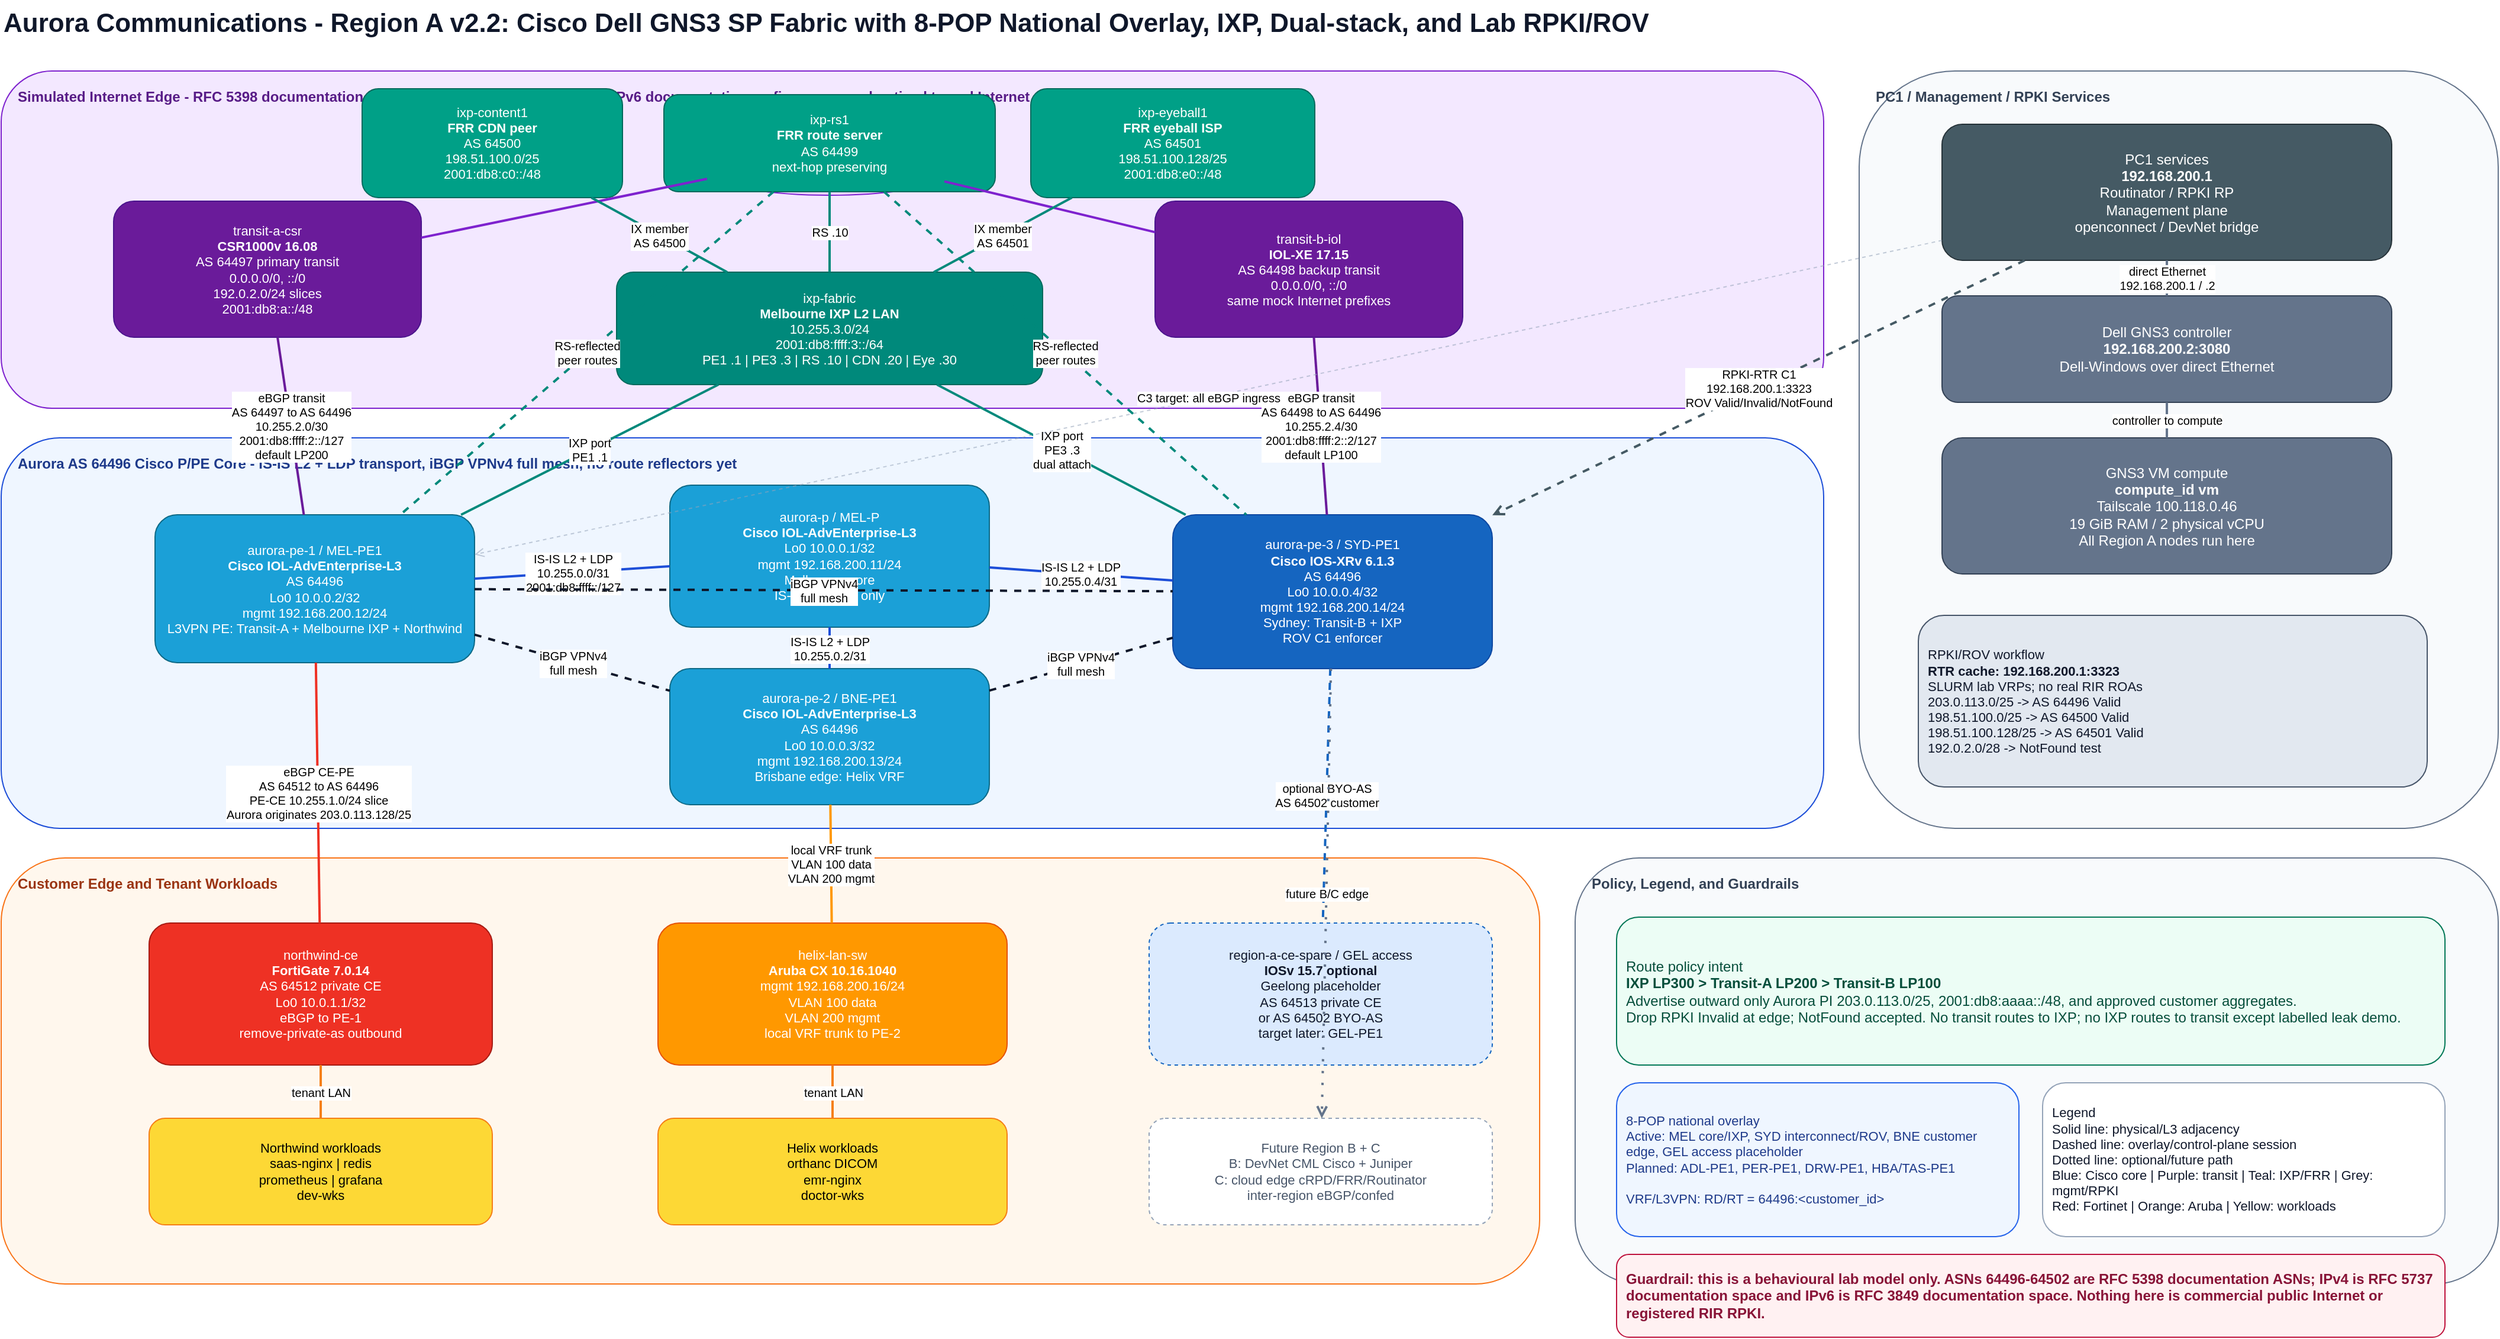
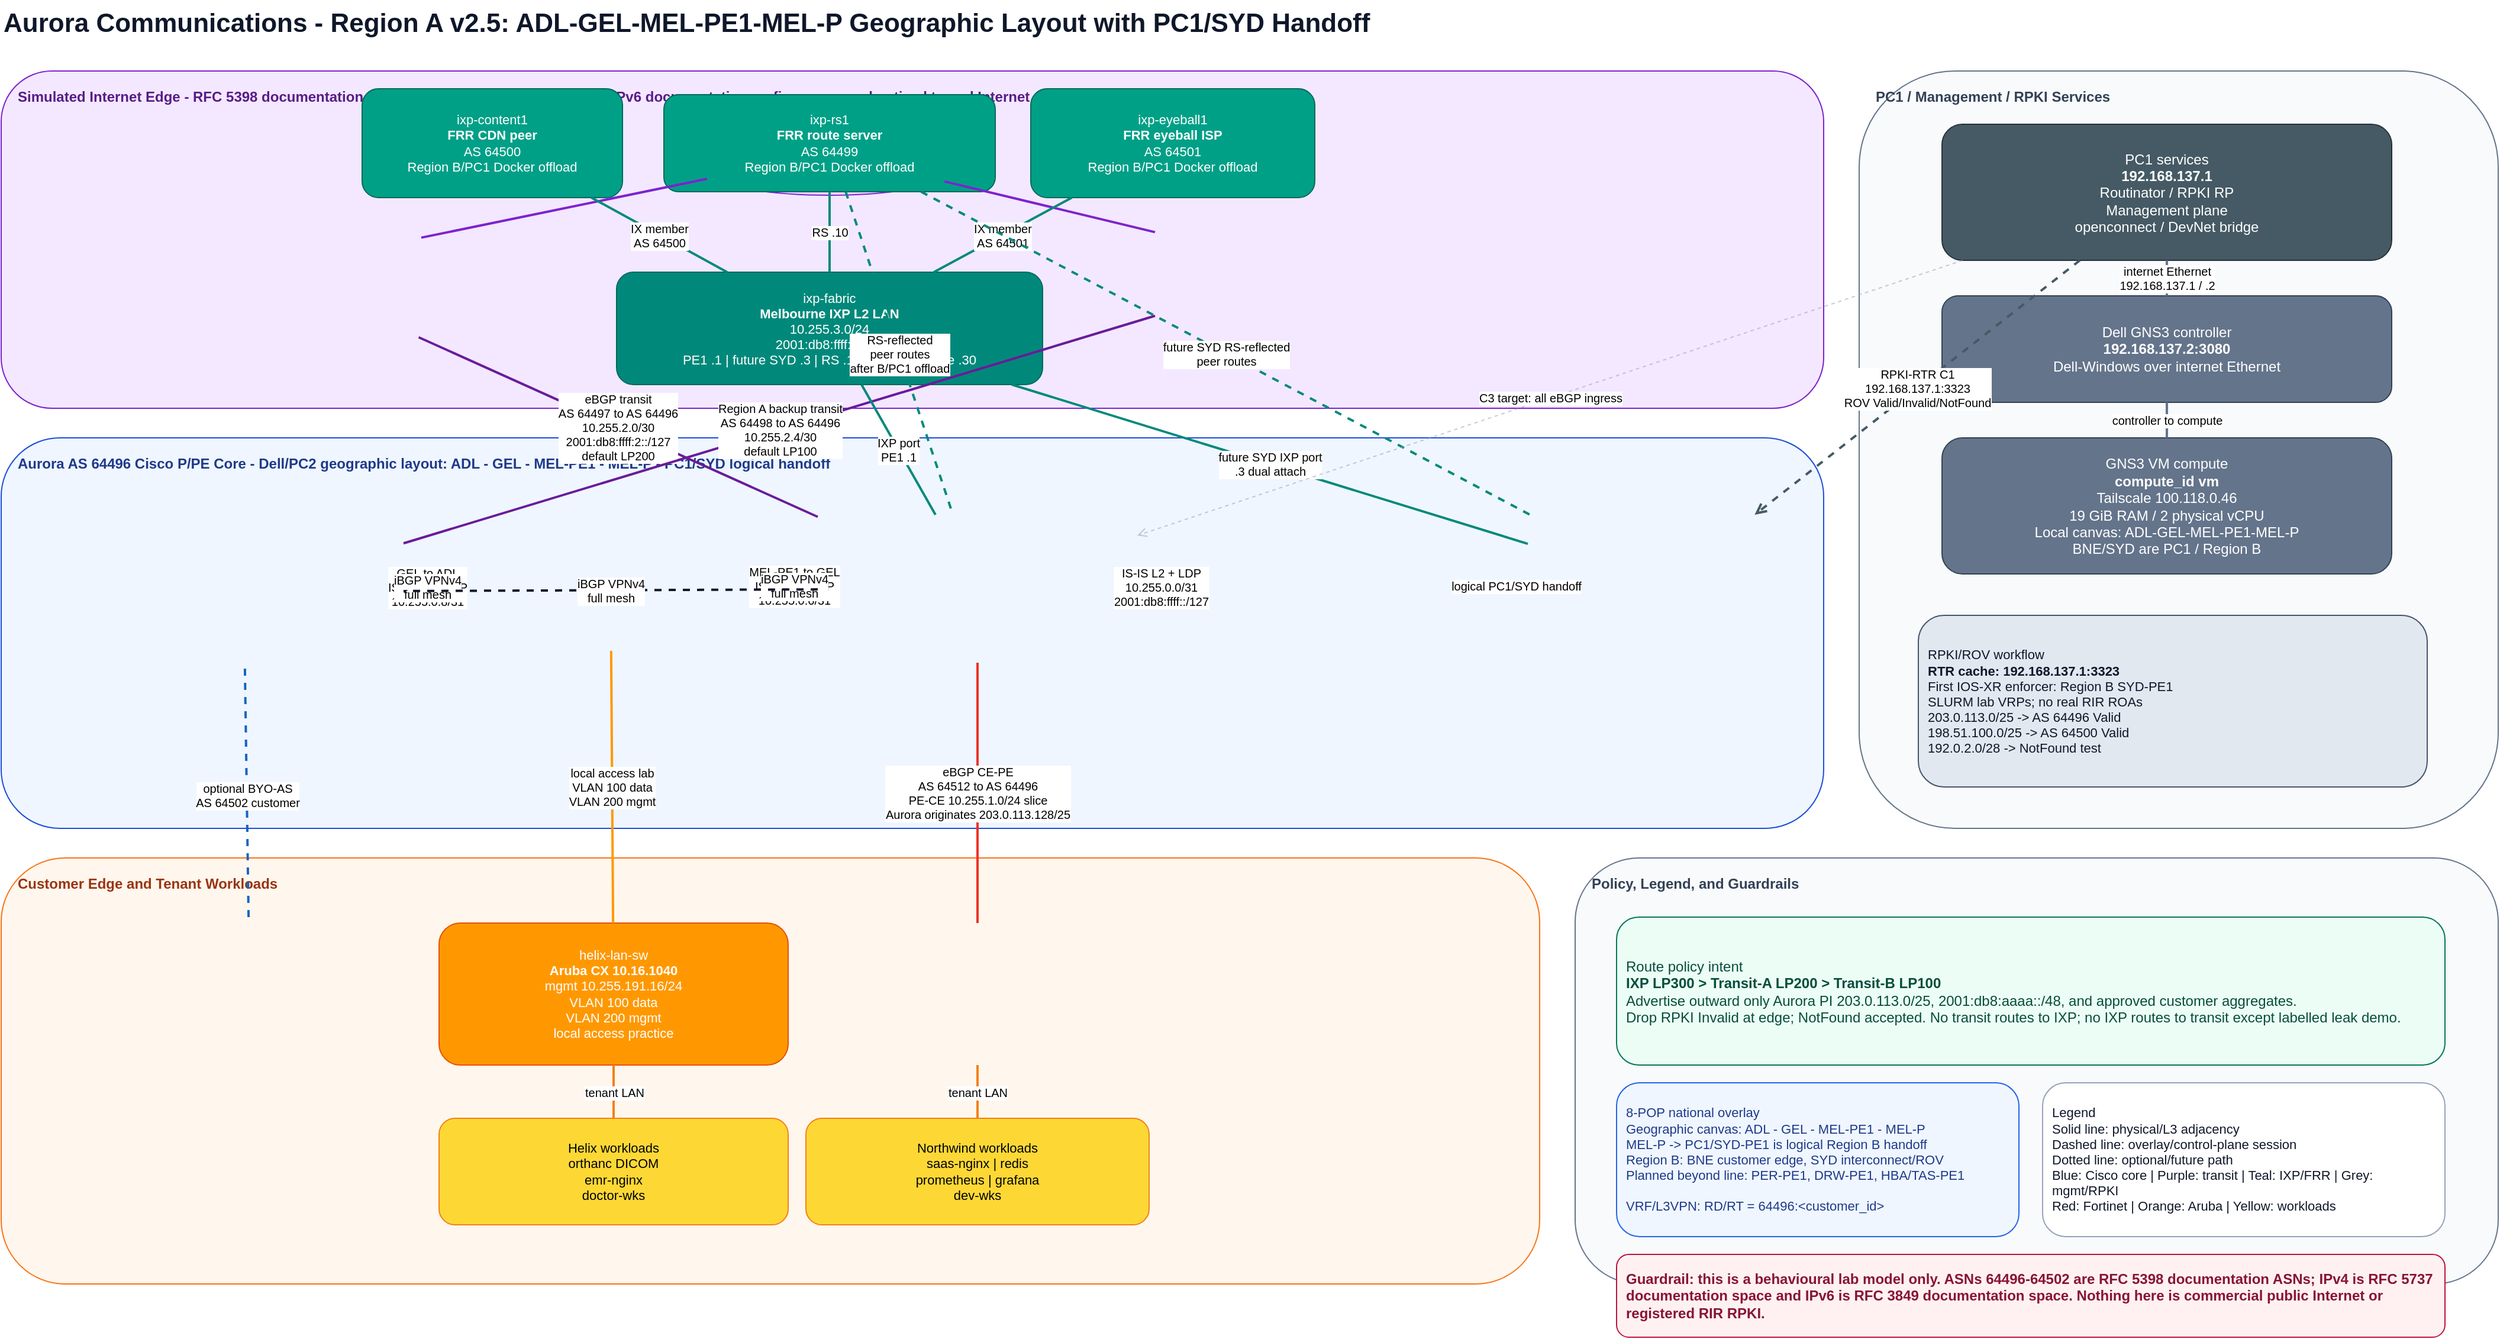
- <mxfile host="app.diagrams.net" modified="2026-06-10T00:00:00.000Z" agent="Codex" version="24.7.17" type="device">
-   <diagram id="region-a-v22" name="Region A v2.2">
+ <mxfile host="app.diagrams.net" modified="2026-06-15T00:00:00.000Z" agent="Codex" version="24.7.17" type="device">
+   <diagram id="region-a-v25" name="Region A v2.5">
    <mxGraphModel dx="2200" dy="1300" grid="1" gridSize="10" guides="1" tooltips="1" connect="1" arrows="1" fold="1" page="1" pageScale="1" pageWidth="2200" pageHeight="1280" math="0" shadow="0">
      <root>
        <mxCell id="0" />
        <mxCell id="1" parent="0" />
-         <mxCell id="title" value="Aurora Communications - Region A v2.2: Cisco Dell GNS3 SP Fabric with 8-POP National Overlay, IXP, Dual-stack, and Lab RPKI/ROV" style="text;html=1;strokeColor=none;fillColor=none;align=left;verticalAlign=middle;whiteSpace=wrap;rounded=0;fontSize=22;fontStyle=1;fontColor=#0f172a;" vertex="1" parent="1">
+         <mxCell id="title" value="Aurora Communications - Region A v2.5: ADL-GEL-MEL-PE1-MEL-P Geographic Layout with PC1/SYD Handoff" style="text;html=1;strokeColor=none;fillColor=none;align=left;verticalAlign=middle;whiteSpace=wrap;rounded=0;fontSize=22;fontStyle=1;fontColor=#0f172a;" vertex="1" parent="1">
          <mxGeometry x="40" y="20" width="2100" height="40" as="geometry" />
        </mxCell>
        <mxCell id="inet-bg" value="Simulated Internet Edge - RFC 5398 documentation ASNs, RFC 5737 IPv4 and RFC 3849 IPv6 documentation prefixes; never advertised to real Internet" style="rounded=1;whiteSpace=wrap;html=1;fillColor=#f3e8ff;strokeColor=#7e22ce;fontColor=#581c87;fontStyle=1;align=left;verticalAlign=top;spacingTop=8;spacingLeft=12;" vertex="1" parent="1">
          <mxGeometry x="40" y="80" width="1540" height="285" as="geometry" />
        </mxCell>
-         <mxCell id="core-bg" value="Aurora AS 64496 Cisco P/PE Core - IS-IS L2 + LDP transport, iBGP VPNv4 full mesh, no route reflectors yet" style="rounded=1;whiteSpace=wrap;html=1;fillColor=#eff6ff;strokeColor=#1d4ed8;fontColor=#1e3a8a;fontStyle=1;align=left;verticalAlign=top;spacingTop=8;spacingLeft=12;" vertex="1" parent="1">
+         <mxCell id="core-bg" value="Aurora AS 64496 Cisco P/PE Core - Dell/PC2 geographic layout: ADL - GEL - MEL-PE1 - MEL-P - PC1/SYD logical handoff" style="rounded=1;whiteSpace=wrap;html=1;fillColor=#eff6ff;strokeColor=#1d4ed8;fontColor=#1e3a8a;fontStyle=1;align=left;verticalAlign=top;spacingTop=8;spacingLeft=12;" vertex="1" parent="1">
          <mxGeometry x="40" y="390" width="1540" height="330" as="geometry" />
        </mxCell>
        <mxCell id="cust-bg" value="Customer Edge and Tenant Workloads" style="rounded=1;whiteSpace=wrap;html=1;fillColor=#fff7ed;strokeColor=#f97316;fontColor=#9a3412;fontStyle=1;align=left;verticalAlign=top;spacingTop=8;spacingLeft=12;" vertex="1" parent="1">
          <mxGeometry x="40" y="745" width="1300" height="360" as="geometry" />
        </mxCell>
        <mxCell id="mgmt-bg" value="PC1 / Management / RPKI Services" style="rounded=1;whiteSpace=wrap;html=1;fillColor=#f8fafc;strokeColor=#64748b;fontColor=#334155;fontStyle=1;align=left;verticalAlign=top;spacingTop=8;spacingLeft=12;" vertex="1" parent="1">
          <mxGeometry x="1610" y="80" width="540" height="640" as="geometry" />
        </mxCell>
        <mxCell id="notes-bg" value="Policy, Legend, and Guardrails" style="rounded=1;whiteSpace=wrap;html=1;fillColor=#f8fafc;strokeColor=#64748b;fontColor=#334155;fontStyle=1;align=left;verticalAlign=top;spacingTop=8;spacingLeft=12;" vertex="1" parent="1">
          <mxGeometry x="1370" y="745" width="780" height="360" as="geometry" />
        </mxCell>

        <mxCell id="sim-internet" value="Simulated Internet&lt;br&gt;&lt;font style=&quot;font-size: 10px;&quot;&gt;default + mock Internet prefixes&lt;/font&gt;" style="ellipse;whiteSpace=wrap;html=1;fillColor=#e9d5ff;strokeColor=#7e22ce;fontColor=#3b0764;fontStyle=1;" vertex="1" parent="1">
          <mxGeometry x="610" y="115" width="260" height="70" as="geometry" />
        </mxCell>
-         <mxCell id="transit-a" value="transit-a-csr&lt;br&gt;&lt;b&gt;CSR1000v 16.08&lt;/b&gt;&lt;br&gt;AS 64497 primary transit&lt;br&gt;0.0.0.0/0, ::/0&lt;br&gt;192.0.2.0/24 slices&lt;br&gt;2001:db8:a::/48" style="rounded=1;whiteSpace=wrap;html=1;fillColor=#6a1b9a;strokeColor=#4a148c;fontColor=#ffffff;fontSize=11;spacing=4;" vertex="1" parent="1">
+         <mxCell id="transit-a" value="" style="shape=image;html=1;imageAspect=0;aspect=fixed;whiteSpace=wrap;rounded=1;strokeColor=#0f172a;strokeWidth=2;fillColor=none;image=assets/topology-photos/generated/transit-a-photo.jpg;" vertex="1" parent="1">
          <mxGeometry x="135" y="190" width="260" height="115" as="geometry" />
        </mxCell>
-         <mxCell id="transit-b" value="transit-b-iol&lt;br&gt;&lt;b&gt;IOL-XE 17.15&lt;/b&gt;&lt;br&gt;AS 64498 backup transit&lt;br&gt;0.0.0.0/0, ::/0&lt;br&gt;same mock Internet prefixes" style="rounded=1;whiteSpace=wrap;html=1;fillColor=#6a1b9a;strokeColor=#4a148c;fontColor=#ffffff;fontSize=11;spacing=4;" vertex="1" parent="1">
+         <mxCell id="transit-b" value="" style="shape=image;html=1;imageAspect=0;aspect=fixed;whiteSpace=wrap;rounded=1;strokeColor=#0f172a;strokeWidth=2;fillColor=none;image=assets/topology-photos/generated/transit-b-photo.jpg;" vertex="1" parent="1">
          <mxGeometry x="1015" y="190" width="260" height="115" as="geometry" />
        </mxCell>
-         <mxCell id="ixp-fabric" value="ixp-fabric&lt;br&gt;&lt;b&gt;Melbourne IXP L2 LAN&lt;/b&gt;&lt;br&gt;10.255.3.0/24&lt;br&gt;2001:db8:ffff:3::/64&lt;br&gt;PE1 .1 | PE3 .3 | RS .10 | CDN .20 | Eye .30" style="rounded=1;whiteSpace=wrap;html=1;fillColor=#00897b;strokeColor=#00695c;fontColor=#ffffff;fontSize=11;spacing=4;" vertex="1" parent="1">
+         <mxCell id="ixp-fabric" value="ixp-fabric&lt;br&gt;&lt;b&gt;Melbourne IXP L2 LAN&lt;/b&gt;&lt;br&gt;10.255.3.0/24&lt;br&gt;2001:db8:ffff:3::/64&lt;br&gt;PE1 .1 | future SYD .3 | RS .10 | CDN .20 | Eye .30" style="rounded=1;whiteSpace=wrap;html=1;fillColor=#00897b;strokeColor=#00695c;fontColor=#ffffff;fontSize=11;spacing=4;" vertex="1" parent="1">
          <mxGeometry x="560" y="250" width="360" height="95" as="geometry" />
        </mxCell>
-         <mxCell id="ixp-rs" value="ixp-rs1&lt;br&gt;&lt;b&gt;FRR route server&lt;/b&gt;&lt;br&gt;AS 64499&lt;br&gt;next-hop preserving" style="rounded=1;whiteSpace=wrap;html=1;fillColor=#00a087;strokeColor=#00695c;fontColor=#ffffff;fontSize=11;spacing=4;" vertex="1" parent="1">
+         <mxCell id="ixp-rs" value="ixp-rs1&lt;br&gt;&lt;b&gt;FRR route server&lt;/b&gt;&lt;br&gt;AS 64499&lt;br&gt;Region B/PC1 Docker offload" style="rounded=1;whiteSpace=wrap;html=1;fillColor=#00a087;strokeColor=#00695c;fontColor=#ffffff;fontSize=11;spacing=4;" vertex="1" parent="1">
          <mxGeometry x="600" y="100" width="280" height="82" as="geometry" />
        </mxCell>
-         <mxCell id="ixp-content" value="ixp-content1&lt;br&gt;&lt;b&gt;FRR CDN peer&lt;/b&gt;&lt;br&gt;AS 64500&lt;br&gt;198.51.100.0/25&lt;br&gt;2001:db8:c0::/48" style="rounded=1;whiteSpace=wrap;html=1;fillColor=#00a087;strokeColor=#00695c;fontColor=#ffffff;fontSize=11;spacing=4;" vertex="1" parent="1">
+         <mxCell id="ixp-content" value="ixp-content1&lt;br&gt;&lt;b&gt;FRR CDN peer&lt;/b&gt;&lt;br&gt;AS 64500&lt;br&gt;Region B/PC1 Docker offload" style="rounded=1;whiteSpace=wrap;html=1;fillColor=#00a087;strokeColor=#00695c;fontColor=#ffffff;fontSize=11;spacing=4;" vertex="1" parent="1">
          <mxGeometry x="345" y="95" width="220" height="92" as="geometry" />
        </mxCell>
-         <mxCell id="ixp-eyeball" value="ixp-eyeball1&lt;br&gt;&lt;b&gt;FRR eyeball ISP&lt;/b&gt;&lt;br&gt;AS 64501&lt;br&gt;198.51.100.128/25&lt;br&gt;2001:db8:e0::/48" style="rounded=1;whiteSpace=wrap;html=1;fillColor=#00a087;strokeColor=#00695c;fontColor=#ffffff;fontSize=11;spacing=4;" vertex="1" parent="1">
+         <mxCell id="ixp-eyeball" value="ixp-eyeball1&lt;br&gt;&lt;b&gt;FRR eyeball ISP&lt;/b&gt;&lt;br&gt;AS 64501&lt;br&gt;Region B/PC1 Docker offload" style="rounded=1;whiteSpace=wrap;html=1;fillColor=#00a087;strokeColor=#00695c;fontColor=#ffffff;fontSize=11;spacing=4;" vertex="1" parent="1">
          <mxGeometry x="910" y="95" width="240" height="92" as="geometry" />
        </mxCell>

-         <mxCell id="pe1" value="aurora-pe-1 / MEL-PE1&lt;br&gt;&lt;b&gt;Cisco IOL-AdvEnterprise-L3&lt;/b&gt;&lt;br&gt;AS 64496&lt;br&gt;Lo0 10.0.0.2/32&lt;br&gt;mgmt 192.168.200.12/24&lt;br&gt;L3VPN PE: Transit-A + Melbourne IXP + Northwind" style="rounded=1;whiteSpace=wrap;html=1;fillColor=#1ba0d7;strokeColor=#0d6986;fontColor=#ffffff;fontSize=11;spacing=4;" vertex="1" parent="1">
-           <mxGeometry x="170" y="455" width="270" height="125" as="geometry" />
+         <mxCell id="pe1" value="" style="shape=image;html=1;imageAspect=0;aspect=fixed;whiteSpace=wrap;rounded=1;strokeColor=#0f172a;strokeWidth=2;fillColor=none;image=assets/topology-photos/generated/mel-pe1-photo.jpg;" vertex="1" parent="1">
+           <mxGeometry x="730" y="455" width="270" height="125" as="geometry" />
        </mxCell>
-         <mxCell id="pe2" value="aurora-pe-2 / BNE-PE1&lt;br&gt;&lt;b&gt;Cisco IOL-AdvEnterprise-L3&lt;/b&gt;&lt;br&gt;AS 64496&lt;br&gt;Lo0 10.0.0.3/32&lt;br&gt;mgmt 192.168.200.13/24&lt;br&gt;Brisbane edge: Helix VRF" style="rounded=1;whiteSpace=wrap;html=1;fillColor=#1ba0d7;strokeColor=#0d6986;fontColor=#ffffff;fontSize=11;spacing=4;" vertex="1" parent="1">
-           <mxGeometry x="605" y="585" width="270" height="115" as="geometry" />
+         <mxCell id="gel-pe1" value="" style="shape=image;html=1;imageAspect=0;aspect=fixed;whiteSpace=wrap;rounded=1;strokeColor=#0f172a;strokeWidth=2;fillColor=none;image=assets/topology-photos/generated/gel-pe1-photo.jpg;" vertex="1" parent="1">
+           <mxGeometry x="420" y="455" width="270" height="115" as="geometry" />
        </mxCell>
-         <mxCell id="pe3" value="aurora-pe-3 / SYD-PE1&lt;br&gt;&lt;b&gt;Cisco IOS-XRv 6.1.3&lt;/b&gt;&lt;br&gt;AS 64496&lt;br&gt;Lo0 10.0.0.4/32&lt;br&gt;mgmt 192.168.200.14/24&lt;br&gt;Sydney: Transit-B + IXP&lt;br&gt;ROV C1 enforcer" style="rounded=1;whiteSpace=wrap;html=1;fillColor=#1565c0;strokeColor=#0d47a1;fontColor=#ffffff;fontSize=11;spacing=4;" vertex="1" parent="1">
-           <mxGeometry x="1030" y="455" width="270" height="130" as="geometry" />
+         <mxCell id="adl-pe1" value="" style="shape=image;html=1;imageAspect=0;aspect=fixed;whiteSpace=wrap;rounded=1;strokeColor=#0f172a;strokeWidth=2;fillColor=none;image=assets/topology-photos/generated/adl-pe1-photo.jpg;" vertex="1" parent="1">
+           <mxGeometry x="110" y="455" width="270" height="130" as="geometry" />
        </mxCell>
-         <mxCell id="aurora-p" value="aurora-p / MEL-P&lt;br&gt;&lt;b&gt;Cisco IOL-AdvEnterprise-L3&lt;/b&gt;&lt;br&gt;Lo0 10.0.0.1/32&lt;br&gt;mgmt 192.168.200.11/24&lt;br&gt;Melbourne core&lt;br&gt;IS-IS L2 / LDP only" style="rounded=1;whiteSpace=wrap;html=1;fillColor=#1ba0d7;strokeColor=#0d6986;fontColor=#ffffff;fontSize=11;spacing=4;" vertex="1" parent="1">
-           <mxGeometry x="605" y="430" width="270" height="120" as="geometry" />
+         <mxCell id="aurora-p" value="" style="shape=image;html=1;imageAspect=0;aspect=fixed;whiteSpace=wrap;rounded=1;strokeColor=#0f172a;strokeWidth=2;fillColor=none;image=assets/topology-photos/generated/mel-p-photo.jpg;" vertex="1" parent="1">
+           <mxGeometry x="1040" y="455" width="270" height="120" as="geometry" />
        </mxCell>

-         <mxCell id="northwind-ce" value="northwind-ce&lt;br&gt;&lt;b&gt;FortiGate 7.0.14&lt;/b&gt;&lt;br&gt;AS 64512 private CE&lt;br&gt;Lo0 10.0.1.1/32&lt;br&gt;eBGP to PE-1&lt;br&gt;remove-private-as outbound" style="rounded=1;whiteSpace=wrap;html=1;fillColor=#ee3124;strokeColor=#a61b13;fontColor=#ffffff;fontSize=11;spacing=4;" vertex="1" parent="1">
-           <mxGeometry x="165" y="800" width="290" height="120" as="geometry" />
+         <mxCell id="northwind-ce" value="" style="shape=image;html=1;imageAspect=0;aspect=fixed;whiteSpace=wrap;rounded=1;strokeColor=#0f172a;strokeWidth=2;fillColor=none;image=assets/topology-photos/generated/northwind-ce-photo.jpg;" vertex="1" parent="1">
+           <mxGeometry x="720" y="800" width="290" height="120" as="geometry" />
        </mxCell>
        <mxCell id="northwind-workloads" value="Northwind workloads&lt;br&gt;saas-nginx | redis&lt;br&gt;prometheus | grafana&lt;br&gt;dev-wks" style="rounded=1;whiteSpace=wrap;html=1;fillColor=#fdd835;strokeColor=#f57f17;fontColor=#000000;fontSize=11;spacing=4;" vertex="1" parent="1">
-           <mxGeometry x="165" y="965" width="290" height="90" as="geometry" />
+           <mxGeometry x="720" y="965" width="290" height="90" as="geometry" />
        </mxCell>
-         <mxCell id="helix-lan" value="helix-lan-sw&lt;br&gt;&lt;b&gt;Aruba CX 10.16.1040&lt;/b&gt;&lt;br&gt;mgmt 192.168.200.16/24&lt;br&gt;VLAN 100 data&lt;br&gt;VLAN 200 mgmt&lt;br&gt;local VRF trunk to PE-2" style="rounded=1;whiteSpace=wrap;html=1;fillColor=#ff9800;strokeColor=#e65100;fontColor=#ffffff;fontSize=11;spacing=4;" vertex="1" parent="1">
-           <mxGeometry x="595" y="800" width="295" height="120" as="geometry" />
+         <mxCell id="helix-lan" value="helix-lan-sw&lt;br&gt;&lt;b&gt;Aruba CX 10.16.1040&lt;/b&gt;&lt;br&gt;mgmt 10.255.191.16/24&lt;br&gt;VLAN 100 data&lt;br&gt;VLAN 200 mgmt&lt;br&gt;local access practice" style="rounded=1;whiteSpace=wrap;html=1;fillColor=#ff9800;strokeColor=#e65100;fontColor=#ffffff;fontSize=11;spacing=4;" vertex="1" parent="1">
+           <mxGeometry x="410" y="800" width="295" height="120" as="geometry" />
        </mxCell>
        <mxCell id="helix-workloads" value="Helix workloads&lt;br&gt;orthanc DICOM&lt;br&gt;emr-nginx&lt;br&gt;doctor-wks" style="rounded=1;whiteSpace=wrap;html=1;fillColor=#fdd835;strokeColor=#f57f17;fontColor=#000000;fontSize=11;spacing=4;" vertex="1" parent="1">
-           <mxGeometry x="595" y="965" width="295" height="90" as="geometry" />
+           <mxGeometry x="410" y="965" width="295" height="90" as="geometry" />
        </mxCell>
-         <mxCell id="spare-ce" value="region-a-ce-spare / GEL access&lt;br&gt;&lt;b&gt;IOSv 15.7 optional&lt;/b&gt;&lt;br&gt;Geelong placeholder&lt;br&gt;AS 64513 private CE&lt;br&gt;or AS 64502 BYO-AS&lt;br&gt;target later: GEL-PE1" style="rounded=1;whiteSpace=wrap;html=1;dashed=1;fillColor=#dbeafe;strokeColor=#1565c0;fontColor=#0f172a;fontSize=11;spacing=4;" vertex="1" parent="1">
-           <mxGeometry x="1010" y="800" width="290" height="120" as="geometry" />
+         <mxCell id="spare-ce" value="" style="shape=image;html=1;imageAspect=0;aspect=fixed;whiteSpace=wrap;rounded=1;strokeColor=#0f172a;strokeWidth=2;fillColor=none;image=assets/topology-photos/generated/spare-ce-photo.jpg;" vertex="1" parent="1">
+           <mxGeometry x="105" y="800" width="290" height="120" as="geometry" />
        </mxCell>
-         <mxCell id="region-b-future" value="Future Region B + C&lt;br&gt;B: DevNet CML Cisco + Juniper&lt;br&gt;C: cloud edge cRPD/FRR/Routinator&lt;br&gt;inter-region eBGP/confed" style="rounded=1;whiteSpace=wrap;html=1;dashed=1;fillColor=#ffffff;strokeColor=#94a3b8;fontColor=#475569;fontSize=11;spacing=4;" vertex="1" parent="1">
-           <mxGeometry x="1010" y="965" width="290" height="90" as="geometry" />
+         <mxCell id="region-b-future" value="" style="shape=image;html=1;imageAspect=0;aspect=fixed;whiteSpace=wrap;rounded=1;strokeColor=#0f172a;strokeWidth=2;fillColor=none;image=assets/topology-photos/generated/syd-pe1-photo.jpg;" vertex="1" parent="1">
+           <mxGeometry x="1330" y="455" width="230" height="120" as="geometry" />
        </mxCell>

-         <mxCell id="pc1" value="PC1 services&lt;br&gt;&lt;b&gt;192.168.200.1&lt;/b&gt;&lt;br&gt;Routinator / RPKI RP&lt;br&gt;Management plane&lt;br&gt;openconnect / DevNet bridge" style="rounded=1;whiteSpace=wrap;html=1;fillColor=#455a64;strokeColor=#263238;fontColor=#ffffff;fontSize=12;spacing=5;" vertex="1" parent="1">
+         <mxCell id="pc1" value="PC1 services&lt;br&gt;&lt;b&gt;192.168.137.1&lt;/b&gt;&lt;br&gt;Routinator / RPKI RP&lt;br&gt;Management plane&lt;br&gt;openconnect / DevNet bridge" style="rounded=1;whiteSpace=wrap;html=1;fillColor=#455a64;strokeColor=#263238;fontColor=#ffffff;fontSize=12;spacing=5;" vertex="1" parent="1">
          <mxGeometry x="1680" y="125" width="380" height="115" as="geometry" />
        </mxCell>
-         <mxCell id="dell-controller" value="Dell GNS3 controller&lt;br&gt;&lt;b&gt;192.168.200.2:3080&lt;/b&gt;&lt;br&gt;Dell-Windows over direct Ethernet" style="rounded=1;whiteSpace=wrap;html=1;fillColor=#64748b;strokeColor=#334155;fontColor=#ffffff;fontSize=12;spacing=5;" vertex="1" parent="1">
+         <mxCell id="dell-controller" value="Dell GNS3 controller&lt;br&gt;&lt;b&gt;192.168.137.2:3080&lt;/b&gt;&lt;br&gt;Dell-Windows over internet Ethernet" style="rounded=1;whiteSpace=wrap;html=1;fillColor=#64748b;strokeColor=#334155;fontColor=#ffffff;fontSize=12;spacing=5;" vertex="1" parent="1">
          <mxGeometry x="1680" y="270" width="380" height="90" as="geometry" />
        </mxCell>
-         <mxCell id="gns3vm" value="GNS3 VM compute&lt;br&gt;&lt;b&gt;compute_id vm&lt;/b&gt;&lt;br&gt;Tailscale 100.118.0.46&lt;br&gt;19 GiB RAM / 2 physical vCPU&lt;br&gt;All Region A nodes run here" style="rounded=1;whiteSpace=wrap;html=1;fillColor=#64748b;strokeColor=#334155;fontColor=#ffffff;fontSize=12;spacing=5;" vertex="1" parent="1">
+         <mxCell id="gns3vm" value="GNS3 VM compute&lt;br&gt;&lt;b&gt;compute_id vm&lt;/b&gt;&lt;br&gt;Tailscale 100.118.0.46&lt;br&gt;19 GiB RAM / 2 physical vCPU&lt;br&gt;Local canvas: ADL-GEL-MEL-PE1-MEL-P&lt;br&gt;BNE/SYD are PC1 / Region B" style="rounded=1;whiteSpace=wrap;html=1;fillColor=#64748b;strokeColor=#334155;fontColor=#ffffff;fontSize=12;spacing=5;" vertex="1" parent="1">
          <mxGeometry x="1680" y="390" width="380" height="115" as="geometry" />
        </mxCell>
-         <mxCell id="rpki-vrps" value="RPKI/ROV workflow&lt;br&gt;&lt;b&gt;RTR cache: 192.168.200.1:3323&lt;/b&gt;&lt;br&gt;SLURM lab VRPs; no real RIR ROAs&lt;br&gt;203.0.113.0/25 -&gt; AS 64496 Valid&lt;br&gt;198.51.100.0/25 -&gt; AS 64500 Valid&lt;br&gt;198.51.100.128/25 -&gt; AS 64501 Valid&lt;br&gt;192.0.2.0/28 -&gt; NotFound test" style="rounded=1;whiteSpace=wrap;html=1;fillColor=#e2e8f0;strokeColor=#475569;fontColor=#0f172a;fontSize=11;align=left;spacing=8;" vertex="1" parent="1">
+         <mxCell id="rpki-vrps" value="RPKI/ROV workflow&lt;br&gt;&lt;b&gt;RTR cache: 192.168.137.1:3323&lt;/b&gt;&lt;br&gt;First IOS-XR enforcer: Region B SYD-PE1&lt;br&gt;SLURM lab VRPs; no real RIR ROAs&lt;br&gt;203.0.113.0/25 -&gt; AS 64496 Valid&lt;br&gt;198.51.100.0/25 -&gt; AS 64500 Valid&lt;br&gt;192.0.2.0/28 -&gt; NotFound test" style="rounded=1;whiteSpace=wrap;html=1;fillColor=#e2e8f0;strokeColor=#475569;fontColor=#0f172a;fontSize=11;align=left;spacing=8;" vertex="1" parent="1">
          <mxGeometry x="1660" y="540" width="430" height="145" as="geometry" />
        </mxCell>

        <mxCell id="policy-note" value="Route policy intent&lt;br&gt;&lt;b&gt;IXP LP300 &amp;gt; Transit-A LP200 &amp;gt; Transit-B LP100&lt;/b&gt;&lt;br&gt;Advertise outward only Aurora PI 203.0.113.0/25, 2001:db8:aaaa::/48, and approved customer aggregates.&lt;br&gt;Drop RPKI Invalid at edge; NotFound accepted. No transit routes to IXP; no IXP routes to transit except labelled leak demo." style="rounded=1;whiteSpace=wrap;html=1;fillColor=#ecfdf5;strokeColor=#047857;fontColor=#064e3b;fontSize=12;align=left;spacing=8;" vertex="1" parent="1">
          <mxGeometry x="1405" y="795" width="700" height="125" as="geometry" />
        </mxCell>
-         <mxCell id="vprn-note" value="8-POP national overlay&lt;br&gt;Active: MEL core/IXP, SYD interconnect/ROV, BNE customer edge, GEL access placeholder&lt;br&gt;Planned: ADL-PE1, PER-PE1, DRW-PE1, HBA/TAS-PE1&lt;br&gt;&lt;br&gt;VRF/L3VPN: RD/RT = 64496:&amp;lt;customer_id&amp;gt;" style="rounded=1;whiteSpace=wrap;html=1;fillColor=#eff6ff;strokeColor=#2563eb;fontColor=#1e3a8a;fontSize=11;align=left;spacing=8;" vertex="1" parent="1">
+         <mxCell id="vprn-note" value="8-POP national overlay&lt;br&gt;Geographic canvas: ADL - GEL - MEL-PE1 - MEL-P&lt;br&gt;MEL-P -&amp;gt; PC1/SYD-PE1 is logical Region B handoff&lt;br&gt;Region B: BNE customer edge, SYD interconnect/ROV&lt;br&gt;Planned beyond line: PER-PE1, DRW-PE1, HBA/TAS-PE1&lt;br&gt;&lt;br&gt;VRF/L3VPN: RD/RT = 64496:&amp;lt;customer_id&amp;gt;" style="rounded=1;whiteSpace=wrap;html=1;fillColor=#eff6ff;strokeColor=#2563eb;fontColor=#1e3a8a;fontSize=11;align=left;spacing=8;" vertex="1" parent="1">
          <mxGeometry x="1405" y="935" width="340" height="130" as="geometry" />
        </mxCell>
        <mxCell id="legend" value="Legend&lt;br&gt;&lt;font color=&quot;#0f172a&quot;&gt;Solid line: physical/L3 adjacency&lt;br&gt;Dashed line: overlay/control-plane session&lt;br&gt;Dotted line: optional/future path&lt;br&gt;Blue: Cisco core | Purple: transit | Teal: IXP/FRR | Grey: mgmt/RPKI&lt;br&gt;Red: Fortinet | Orange: Aruba | Yellow: workloads&lt;/font&gt;" style="rounded=1;whiteSpace=wrap;html=1;fillColor=#ffffff;strokeColor=#94a3b8;fontColor=#0f172a;fontSize=11;align=left;spacing=8;" vertex="1" parent="1">
          <mxGeometry x="1765" y="935" width="340" height="130" as="geometry" />
        </mxCell>
        <mxCell id="guardrail" value="Guardrail: this is a behavioural lab model only. ASNs 64496-64502 are RFC 5398 documentation ASNs; IPv4 is RFC 5737 documentation space and IPv6 is RFC 3849 documentation space. Nothing here is commercial public Internet or registered RIR RPKI." style="rounded=1;whiteSpace=wrap;html=1;fillColor=#fff1f2;strokeColor=#be123c;fontColor=#881337;fontSize=12;fontStyle=1;align=left;spacing=8;" vertex="1" parent="1">
          <mxGeometry x="1405" y="1080" width="700" height="70" as="geometry" />
        </mxCell>

        <mxCell id="e-sim-ta" value="" style="endArrow=none;html=1;rounded=0;strokeWidth=2;strokeColor=#7e22ce;" edge="1" parent="1" source="sim-internet" target="transit-a">
          <mxGeometry relative="1" as="geometry" />
        </mxCell>
        <mxCell id="e-sim-tb" value="" style="endArrow=none;html=1;rounded=0;strokeWidth=2;strokeColor=#7e22ce;" edge="1" parent="1" source="sim-internet" target="transit-b">
          <mxGeometry relative="1" as="geometry" />
        </mxCell>
        <mxCell id="e-content-ixp" value="IX member&lt;br&gt;AS 64500" style="endArrow=none;html=1;rounded=0;strokeWidth=2;strokeColor=#00897b;fontSize=10;" edge="1" parent="1" source="ixp-content" target="ixp-fabric">
          <mxGeometry relative="1" as="geometry" />
        </mxCell>
        <mxCell id="e-rs-ixp" value="RS .10" style="endArrow=none;html=1;rounded=0;strokeWidth=2;strokeColor=#00897b;fontSize=10;" edge="1" parent="1" source="ixp-rs" target="ixp-fabric">
          <mxGeometry relative="1" as="geometry" />
        </mxCell>
        <mxCell id="e-eye-ixp" value="IX member&lt;br&gt;AS 64501" style="endArrow=none;html=1;rounded=0;strokeWidth=2;strokeColor=#00897b;fontSize=10;" edge="1" parent="1" source="ixp-eyeball" target="ixp-fabric">
          <mxGeometry relative="1" as="geometry" />
        </mxCell>
-         <mxCell id="e-rs-pe1" value="RS-reflected&lt;br&gt;peer routes" style="endArrow=none;html=1;rounded=0;dashed=1;strokeWidth=2;strokeColor=#00897b;fontSize=10;" edge="1" parent="1" source="ixp-rs" target="pe1">
+         <mxCell id="e-rs-pe1" value="RS-reflected&lt;br&gt;peer routes&lt;br&gt;after B/PC1 offload" style="endArrow=none;html=1;rounded=0;dashed=1;strokeWidth=2;strokeColor=#00897b;fontSize=10;" edge="1" parent="1" source="ixp-rs" target="pe1">
          <mxGeometry relative="1" as="geometry" />
        </mxCell>
-         <mxCell id="e-rs-pe3" value="RS-reflected&lt;br&gt;peer routes" style="endArrow=none;html=1;rounded=0;dashed=1;strokeWidth=2;strokeColor=#00897b;fontSize=10;" edge="1" parent="1" source="ixp-rs" target="pe3">
+         <mxCell id="e-rs-syd" value="future SYD RS-reflected&lt;br&gt;peer routes" style="endArrow=none;html=1;rounded=0;dashed=1;strokeWidth=2;strokeColor=#00897b;fontSize=10;" edge="1" parent="1" source="ixp-rs" target="region-b-future">
          <mxGeometry relative="1" as="geometry" />
        </mxCell>

        <mxCell id="e-ta-pe1" value="eBGP transit&lt;br&gt;AS 64497 to AS 64496&lt;br&gt;10.255.2.0/30&lt;br&gt;2001:db8:ffff:2::/127&lt;br&gt;default LP200" style="endArrow=none;html=1;rounded=0;strokeWidth=2;strokeColor=#6a1b9a;fontSize=10;" edge="1" parent="1" source="transit-a" target="pe1">
          <mxGeometry relative="1" as="geometry" />
        </mxCell>
-         <mxCell id="e-tb-pe3" value="eBGP transit&lt;br&gt;AS 64498 to AS 64496&lt;br&gt;10.255.2.4/30&lt;br&gt;2001:db8:ffff:2::2/127&lt;br&gt;default LP100" style="endArrow=none;html=1;rounded=0;strokeWidth=2;strokeColor=#6a1b9a;fontSize=10;" edge="1" parent="1" source="transit-b" target="pe3">
+         <mxCell id="e-tb-adl" value="Region A backup transit&lt;br&gt;AS 64498 to AS 64496&lt;br&gt;10.255.2.4/30&lt;br&gt;default LP100" style="endArrow=none;html=1;rounded=0;strokeWidth=2;strokeColor=#6a1b9a;fontSize=10;" edge="1" parent="1" source="transit-b" target="adl-pe1">
          <mxGeometry relative="1" as="geometry" />
        </mxCell>
        <mxCell id="e-ixp-pe1" value="IXP port&lt;br&gt;PE1 .1" style="endArrow=none;html=1;rounded=0;strokeWidth=2;strokeColor=#00897b;fontSize=10;" edge="1" parent="1" source="ixp-fabric" target="pe1">
          <mxGeometry relative="1" as="geometry" />
        </mxCell>
-         <mxCell id="e-ixp-pe3" value="IXP port&lt;br&gt;PE3 .3&lt;br&gt;dual attach" style="endArrow=none;html=1;rounded=0;strokeWidth=2;strokeColor=#00897b;fontSize=10;" edge="1" parent="1" source="ixp-fabric" target="pe3">
+         <mxCell id="e-ixp-syd" value="future SYD IXP port&lt;br&gt;.3 dual attach" style="endArrow=none;html=1;rounded=0;strokeWidth=2;strokeColor=#00897b;fontSize=10;" edge="1" parent="1" source="ixp-fabric" target="region-b-future">
          <mxGeometry relative="1" as="geometry" />
        </mxCell>

        <mxCell id="e-p-pe1" value="IS-IS L2 + LDP&lt;br&gt;10.255.0.0/31&lt;br&gt;2001:db8:ffff::/127" style="endArrow=none;html=1;rounded=0;strokeWidth=2;strokeColor=#1d4ed8;fontSize=10;" edge="1" parent="1" source="aurora-p" target="pe1">
          <mxGeometry relative="1" as="geometry" />
        </mxCell>
-         <mxCell id="e-p-pe2" value="IS-IS L2 + LDP&lt;br&gt;10.255.0.2/31" style="endArrow=none;html=1;rounded=0;strokeWidth=2;strokeColor=#1d4ed8;fontSize=10;" edge="1" parent="1" source="aurora-p" target="pe2">
+         <mxCell id="e-melpe1-gel" value="MEL-PE1 to GEL&lt;br&gt;IS-IS L2 + LDP&lt;br&gt;10.255.0.6/31" style="endArrow=none;html=1;rounded=0;strokeWidth=2;strokeColor=#1d4ed8;fontSize=10;" edge="1" parent="1" source="pe1" target="gel-pe1">
          <mxGeometry relative="1" as="geometry" />
        </mxCell>
-         <mxCell id="e-p-pe3" value="IS-IS L2 + LDP&lt;br&gt;10.255.0.4/31" style="endArrow=none;html=1;rounded=0;strokeWidth=2;strokeColor=#1d4ed8;fontSize=10;" edge="1" parent="1" source="aurora-p" target="pe3">
+         <mxCell id="e-gel-adl" value="GEL to ADL&lt;br&gt;IS-IS L2 + LDP&lt;br&gt;10.255.0.8/31" style="endArrow=none;html=1;rounded=0;strokeWidth=2;strokeColor=#1d4ed8;fontSize=10;" edge="1" parent="1" source="gel-pe1" target="adl-pe1">
          <mxGeometry relative="1" as="geometry" />
        </mxCell>
-         <mxCell id="e-ibgp-pe1-pe2" value="iBGP VPNv4&lt;br&gt;full mesh" style="endArrow=none;html=1;rounded=0;dashed=1;strokeWidth=2;strokeColor=#0f172a;fontSize=10;" edge="1" parent="1" source="pe1" target="pe2">
+         <mxCell id="e-ibgp-melpe1-gel" value="iBGP VPNv4&lt;br&gt;full mesh" style="endArrow=none;html=1;rounded=0;dashed=1;strokeWidth=2;strokeColor=#0f172a;fontSize=10;" edge="1" parent="1" source="pe1" target="gel-pe1">
          <mxGeometry relative="1" as="geometry" />
        </mxCell>
-         <mxCell id="e-ibgp-pe2-pe3" value="iBGP VPNv4&lt;br&gt;full mesh" style="endArrow=none;html=1;rounded=0;dashed=1;strokeWidth=2;strokeColor=#0f172a;fontSize=10;" edge="1" parent="1" source="pe2" target="pe3">
+         <mxCell id="e-ibgp-gel-adl" value="iBGP VPNv4&lt;br&gt;full mesh" style="endArrow=none;html=1;rounded=0;dashed=1;strokeWidth=2;strokeColor=#0f172a;fontSize=10;" edge="1" parent="1" source="gel-pe1" target="adl-pe1">
          <mxGeometry relative="1" as="geometry" />
        </mxCell>
-         <mxCell id="e-ibgp-pe1-pe3" value="iBGP VPNv4&lt;br&gt;full mesh" style="endArrow=none;html=1;rounded=0;dashed=1;strokeWidth=2;strokeColor=#0f172a;fontSize=10;" edge="1" parent="1" source="pe1" target="pe3">
+         <mxCell id="e-ibgp-melpe1-adl" value="iBGP VPNv4&lt;br&gt;full mesh" style="endArrow=none;html=1;rounded=0;dashed=1;strokeWidth=2;strokeColor=#0f172a;fontSize=10;" edge="1" parent="1" source="pe1" target="adl-pe1">
          <mxGeometry relative="1" as="geometry" />
        </mxCell>

        <mxCell id="e-pe1-nw" value="eBGP CE-PE&lt;br&gt;AS 64512 to AS 64496&lt;br&gt;PE-CE 10.255.1.0/24 slice&lt;br&gt;Aurora originates 203.0.113.128/25" style="endArrow=none;html=1;rounded=0;strokeWidth=2;strokeColor=#ee3124;fontSize=10;" edge="1" parent="1" source="pe1" target="northwind-ce">
          <mxGeometry relative="1" as="geometry" />
        </mxCell>
-         <mxCell id="e-pe2-helix" value="local VRF trunk&lt;br&gt;VLAN 100 data&lt;br&gt;VLAN 200 mgmt" style="endArrow=none;html=1;rounded=0;strokeWidth=2;strokeColor=#ff9800;fontSize=10;" edge="1" parent="1" source="pe2" target="helix-lan">
+         <mxCell id="e-gel-helix" value="local access lab&lt;br&gt;VLAN 100 data&lt;br&gt;VLAN 200 mgmt" style="endArrow=none;html=1;rounded=0;strokeWidth=2;strokeColor=#ff9800;fontSize=10;" edge="1" parent="1" source="gel-pe1" target="helix-lan">
          <mxGeometry relative="1" as="geometry" />
        </mxCell>
-         <mxCell id="e-pe3-spare" value="optional BYO-AS&lt;br&gt;AS 64502 customer" style="endArrow=none;html=1;rounded=0;dashed=1;strokeWidth=2;strokeColor=#1565c0;fontSize=10;" edge="1" parent="1" source="pe3" target="spare-ce">
+         <mxCell id="e-adl-spare" value="optional BYO-AS&lt;br&gt;AS 64502 customer" style="endArrow=none;html=1;rounded=0;dashed=1;strokeWidth=2;strokeColor=#1565c0;fontSize=10;" edge="1" parent="1" source="adl-pe1" target="spare-ce">
          <mxGeometry relative="1" as="geometry" />
        </mxCell>
-         <mxCell id="e-spare-regionb" value="future B/C edge" style="endArrow=open;html=1;rounded=0;dashed=1;dashPattern=1 4;strokeWidth=2;strokeColor=#64748b;fontSize=10;" edge="1" parent="1" source="pe3" target="region-b-future">
+         <mxCell id="e-spare-regionb" value="logical PC1/SYD handoff" style="endArrow=open;html=1;rounded=0;dashed=1;dashPattern=1 4;strokeWidth=2;strokeColor=#64748b;fontSize=10;" edge="1" parent="1" source="aurora-p" target="region-b-future">
          <mxGeometry relative="1" as="geometry" />
        </mxCell>
        <mxCell id="e-nw-workloads" value="tenant LAN" style="endArrow=none;html=1;rounded=0;strokeWidth=2;strokeColor=#f57f17;fontSize=10;" edge="1" parent="1" source="northwind-ce" target="northwind-workloads">
          <mxGeometry relative="1" as="geometry" />
        </mxCell>
        <mxCell id="e-helix-workloads" value="tenant LAN" style="endArrow=none;html=1;rounded=0;strokeWidth=2;strokeColor=#f57f17;fontSize=10;" edge="1" parent="1" source="helix-lan" target="helix-workloads">
          <mxGeometry relative="1" as="geometry" />
        </mxCell>

-         <mxCell id="e-rpki-pe3" value="RPKI-RTR C1&lt;br&gt;192.168.200.1:3323&lt;br&gt;ROV Valid/Invalid/NotFound" style="endArrow=open;html=1;rounded=0;dashed=1;strokeWidth=2;strokeColor=#455a64;fontSize=10;" edge="1" parent="1" source="pc1" target="pe3">
+         <mxCell id="e-rpki-syd" value="RPKI-RTR C1&lt;br&gt;192.168.137.1:3323&lt;br&gt;ROV Valid/Invalid/NotFound" style="endArrow=open;html=1;rounded=0;dashed=1;strokeWidth=2;strokeColor=#455a64;fontSize=10;" edge="1" parent="1" source="pc1" target="region-b-future">
          <mxGeometry relative="1" as="geometry" />
        </mxCell>
        <mxCell id="e-rpki-pe1" value="C3 target: all eBGP ingress" style="endArrow=open;html=1;rounded=0;dashed=1;strokeWidth=1;strokeColor=#94a3b8;fontSize=10;opacity=55;" edge="1" parent="1" source="pc1" target="pe1">
          <mxGeometry relative="1" as="geometry" />
        </mxCell>
-         <mxCell id="e-pc1-dell" value="direct Ethernet&lt;br&gt;192.168.200.1 / .2" style="endArrow=none;html=1;rounded=0;strokeWidth=2;strokeColor=#64748b;fontSize=10;" edge="1" parent="1" source="pc1" target="dell-controller">
+         <mxCell id="e-pc1-dell" value="internet Ethernet&lt;br&gt;192.168.137.1 / .2" style="endArrow=none;html=1;rounded=0;strokeWidth=2;strokeColor=#64748b;fontSize=10;" edge="1" parent="1" source="pc1" target="dell-controller">
          <mxGeometry relative="1" as="geometry" />
        </mxCell>
        <mxCell id="e-dell-gns3" value="controller to compute" style="endArrow=none;html=1;rounded=0;strokeWidth=2;strokeColor=#64748b;fontSize=10;" edge="1" parent="1" source="dell-controller" target="gns3vm">
          <mxGeometry relative="1" as="geometry" />
        </mxCell>
      </root>
    </mxGraphModel>
  </diagram>
</mxfile>
